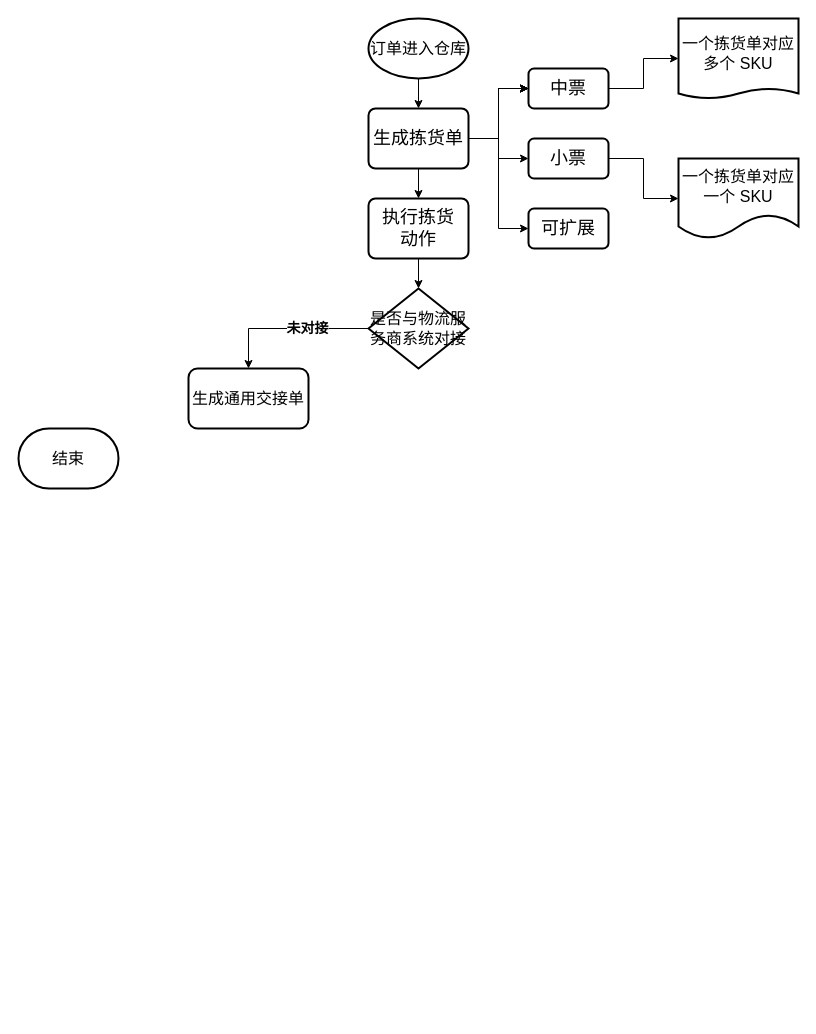
Above: longpean/OMS拣货单-面单-交接单.drawio in GitHeP/diagrams (draw.io), before the change. Source tidied: cells renumbered, new cells numbered last; positions are measured from the earlier drawing's top-left corner, leaving out a move shared by most shapes. Both pictures are drawn from the tidied source at 100%, with x=0, y=0 at pixel (18, 18).
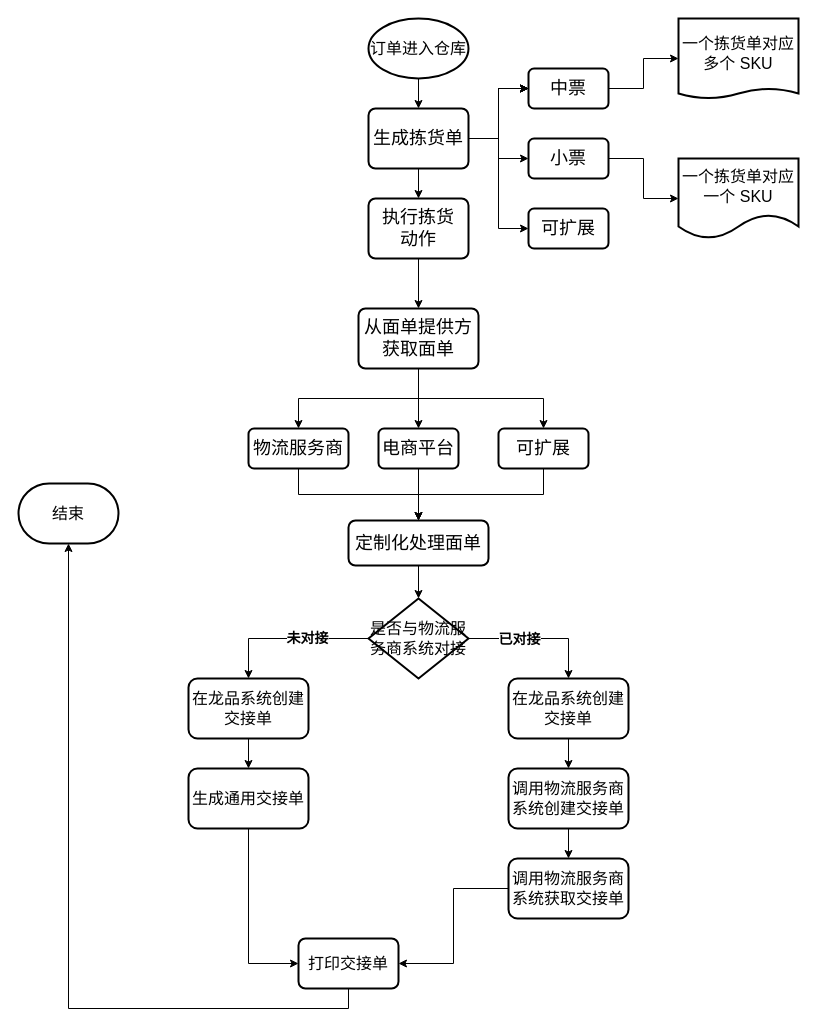
After the change.

Commit message (it also covers changes not shown here):
更新OMS拣货单-面单-交接单.drawio

Unchanged cells that the change refers to:
```xml
<mxCell id="21" value="&lt;font style=&quot;font-size: 18px;&quot;&gt;执行拣货&lt;br&gt;动作&lt;/font&gt;" style="rounded=1;whiteSpace=wrap;html=1;absoluteArcSize=1;arcSize=14;strokeWidth=2;" parent="1" vertex="1">
  <mxGeometry x="350" y="180" width="100" height="60" as="geometry" />
</mxCell>
```

Diff of the diagram source:
```diff
@@
-    <mxCell id="20" style="edgeStyle=orthogonalEdgeStyle;rounded=0;jettySize=auto;html=1;" parent="1" edge="1" source="21" target="23">
-      <mxGeometry relative="1" as="geometry" />
-    </mxCell>
+    <mxCell id="26" style="edgeStyle=orthogonalEdgeStyle;rounded=0;jettySize=auto;html=1;" parent="1" edge="1" source="21" target="33">
+      <mxGeometry relative="1" as="geometry" />
+    </mxCell>
@@
+    <mxCell id="27" style="edgeStyle=orthogonalEdgeStyle;rounded=0;jettySize=auto;html=1;entryX=0.5;entryY=0;entryDx=0;entryDy=0;" parent="1" edge="1" source="23" target="43">
+      <mxGeometry relative="1" as="geometry" />
+    </mxCell>
+    <mxCell id="28" value="&lt;b&gt;&lt;font style=&quot;font-size: 14px;&quot;&gt;已对接&lt;/font&gt;&lt;/b&gt;" style="edgeLabel;html=1;align=center;verticalAlign=middle;" parent="27" vertex="1">
+      <mxGeometry x="-0.44" y="1" relative="1" as="geometry">
+        <mxPoint x="11" y="1" as="offset" />
+      </mxGeometry>
+    </mxCell>
     <mxCell id="23" value="&lt;font style=&quot;font-size: 16px;&quot;&gt;是否与物流服务商系统对接&lt;/font&gt;" style="strokeWidth=2;html=1;shape=mxgraph.flowchart.decision;whiteSpace=wrap;" parent="1" vertex="1">
-      <mxGeometry x="350" y="270" width="100" height="80" as="geometry" />
+      <mxGeometry x="350" y="580" width="100" height="80" as="geometry" />
     </mxCell>
+    <mxCell id="29" style="edgeStyle=orthogonalEdgeStyle;rounded=0;jettySize=auto;html=1;" parent="1" edge="1" source="24" target="45">
+      <mxGeometry relative="1" as="geometry" />
+    </mxCell>
-    <mxCell id="24" value="&lt;font style=&quot;font-size: 16px;&quot;&gt;生成通用交接单&lt;/font&gt;" style="rounded=1;whiteSpace=wrap;html=1;strokeWidth=2;" parent="1" vertex="1">
-      <mxGeometry x="170" y="350" width="120" height="60" as="geometry" />
+    <mxCell id="24" value="&lt;font style=&quot;font-size: 16px;&quot;&gt;在龙品系统创建交接单&lt;/font&gt;" style="rounded=1;whiteSpace=wrap;html=1;strokeWidth=2;" parent="1" vertex="1">
+      <mxGeometry x="170" y="660" width="120" height="60" as="geometry" />
     </mxCell>
     <mxCell id="25" value="&lt;span style=&quot;font-size: 16px;&quot;&gt;结束&lt;/span&gt;" style="strokeWidth=2;html=1;shape=mxgraph.flowchart.terminator;whiteSpace=wrap;" parent="1" vertex="1">
-      <mxGeometry y="410" width="100" height="60" as="geometry" />
+      <mxGeometry y="465" width="100" height="60" as="geometry" />
     </mxCell>
+    <mxCell id="30" style="edgeStyle=orthogonalEdgeStyle;rounded=0;jettySize=auto;html=1;" parent="1" edge="1" source="33" target="35">
+      <mxGeometry relative="1" as="geometry" />
+    </mxCell>
+    <mxCell id="31" style="edgeStyle=orthogonalEdgeStyle;rounded=0;jettySize=auto;html=1;exitX=0.5;exitY=1;exitDx=0;exitDy=0;" parent="1" edge="1" source="33" target="37">
+      <mxGeometry relative="1" as="geometry" />
+    </mxCell>
+    <mxCell id="32" style="edgeStyle=orthogonalEdgeStyle;rounded=0;jettySize=auto;html=1;entryX=0.5;entryY=0;entryDx=0;entryDy=0;exitX=0.5;exitY=1;exitDx=0;exitDy=0;" parent="1" edge="1" source="33" target="39">
+      <mxGeometry relative="1" as="geometry" />
+    </mxCell>
+    <mxCell id="33" value="&lt;span style=&quot;font-size: 18px;&quot;&gt;从面单提供方获取面单&lt;/span&gt;" style="rounded=1;whiteSpace=wrap;html=1;absoluteArcSize=1;arcSize=14;strokeWidth=2;" parent="1" vertex="1">
+      <mxGeometry x="340" y="290" width="120" height="60" as="geometry" />
+    </mxCell>
+    <mxCell id="34" style="edgeStyle=orthogonalEdgeStyle;rounded=0;jettySize=auto;html=1;entryX=0.5;entryY=0;entryDx=0;entryDy=0;" parent="1" edge="1" source="35" target="41">
+      <mxGeometry relative="1" as="geometry" />
+    </mxCell>
+    <mxCell id="35" value="&lt;span style=&quot;font-size: 18px;&quot;&gt;电商平台&lt;/span&gt;" style="rounded=1;whiteSpace=wrap;html=1;arcSize=14;strokeWidth=2;" parent="1" vertex="1">
+      <mxGeometry x="360" y="410" width="80" height="40" as="geometry" />
+    </mxCell>
+    <mxCell id="36" style="edgeStyle=orthogonalEdgeStyle;rounded=0;jettySize=auto;html=1;" parent="1" edge="1" source="37" target="41">
+      <mxGeometry relative="1" as="geometry" />
+    </mxCell>
+    <mxCell id="37" value="&lt;span style=&quot;font-size: 18px;&quot;&gt;物流服务商&lt;/span&gt;" style="rounded=1;whiteSpace=wrap;html=1;arcSize=14;strokeWidth=2;" parent="1" vertex="1">
+      <mxGeometry x="230" y="410" width="100" height="40" as="geometry" />
+    </mxCell>
+    <mxCell id="38" style="edgeStyle=orthogonalEdgeStyle;rounded=0;jettySize=auto;html=1;exitX=0.5;exitY=1;exitDx=0;exitDy=0;" parent="1" edge="1" source="39" target="41">
+      <mxGeometry relative="1" as="geometry" />
+    </mxCell>
+    <mxCell id="39" value="&lt;span style=&quot;font-size: 18px;&quot;&gt;可扩展&lt;/span&gt;" style="rounded=1;whiteSpace=wrap;html=1;arcSize=14;strokeWidth=2;" parent="1" vertex="1">
+      <mxGeometry x="480" y="410" width="90" height="40" as="geometry" />
+    </mxCell>
+    <mxCell id="40" style="edgeStyle=orthogonalEdgeStyle;rounded=0;jettySize=auto;html=1;entryX=0.5;entryY=0;entryDx=0;entryDy=0;entryPerimeter=0;" parent="1" edge="1" source="41" target="23">
+      <mxGeometry relative="1" as="geometry" />
+    </mxCell>
+    <mxCell id="41" value="&lt;span style=&quot;font-size: 18px;&quot;&gt;定制化处理面单&lt;/span&gt;" style="rounded=1;whiteSpace=wrap;html=1;absoluteArcSize=1;arcSize=14;strokeWidth=2;" parent="1" vertex="1">
+      <mxGeometry x="330" y="502" width="140" height="45" as="geometry" />
+    </mxCell>
+    <mxCell id="42" style="edgeStyle=orthogonalEdgeStyle;rounded=0;jettySize=auto;html=1;entryX=0.5;entryY=0;entryDx=0;entryDy=0;" parent="1" edge="1" source="43" target="47">
+      <mxGeometry relative="1" as="geometry" />
+    </mxCell>
+    <mxCell id="43" value="&lt;font style=&quot;font-size: 16px;&quot;&gt;在龙品系统创建交接单&lt;/font&gt;" style="rounded=1;whiteSpace=wrap;html=1;strokeWidth=2;" parent="1" vertex="1">
+      <mxGeometry x="490" y="660" width="120" height="60" as="geometry" />
+    </mxCell>
+    <mxCell id="44" style="edgeStyle=orthogonalEdgeStyle;rounded=0;jettySize=auto;html=1;entryX=0;entryY=0.5;entryDx=0;entryDy=0;" parent="1" edge="1" source="45" target="51">
+      <mxGeometry relative="1" as="geometry" />
+    </mxCell>
+    <mxCell id="45" value="&lt;font style=&quot;font-size: 16px;&quot;&gt;生成通用交接单&lt;/font&gt;" style="rounded=1;whiteSpace=wrap;html=1;strokeWidth=2;" parent="1" vertex="1">
+      <mxGeometry x="170" y="750" width="120" height="60" as="geometry" />
+    </mxCell>
+    <mxCell id="46" style="edgeStyle=orthogonalEdgeStyle;rounded=0;jettySize=auto;html=1;" parent="1" edge="1" source="47" target="49">
+      <mxGeometry relative="1" as="geometry" />
+    </mxCell>
+    <mxCell id="47" value="&lt;font style=&quot;font-size: 16px;&quot;&gt;调用物流服务商系统创建交接单&lt;/font&gt;" style="rounded=1;whiteSpace=wrap;html=1;strokeWidth=2;" parent="1" vertex="1">
+      <mxGeometry x="490" y="750" width="120" height="60" as="geometry" />
+    </mxCell>
+    <mxCell id="48" style="edgeStyle=orthogonalEdgeStyle;rounded=0;jettySize=auto;html=1;entryX=1;entryY=0.5;entryDx=0;entryDy=0;" parent="1" edge="1" source="49" target="51">
+      <mxGeometry relative="1" as="geometry" />
+    </mxCell>
+    <mxCell id="49" value="&lt;font style=&quot;font-size: 16px;&quot;&gt;调用物流服务商系统获取交接单&lt;/font&gt;" style="rounded=1;whiteSpace=wrap;html=1;strokeWidth=2;" parent="1" vertex="1">
+      <mxGeometry x="490" y="840" width="120" height="60" as="geometry" />
+    </mxCell>
+    <mxCell id="50" style="edgeStyle=orthogonalEdgeStyle;rounded=0;jettySize=auto;html=1;entryX=0.5;entryY=1;entryDx=0;entryDy=0;entryPerimeter=0;exitX=0.5;exitY=1;exitDx=0;exitDy=0;" parent="1" edge="1" source="51" target="25">
+      <mxGeometry relative="1" as="geometry" />
+    </mxCell>
+    <mxCell id="51" value="&lt;font style=&quot;font-size: 16px;&quot;&gt;打印交接单&lt;/font&gt;" style="rounded=1;whiteSpace=wrap;html=1;absoluteArcSize=1;arcSize=14;strokeWidth=2;" parent="1" vertex="1">
+      <mxGeometry x="280" y="920" width="100" height="50" as="geometry" />
+    </mxCell>
```
